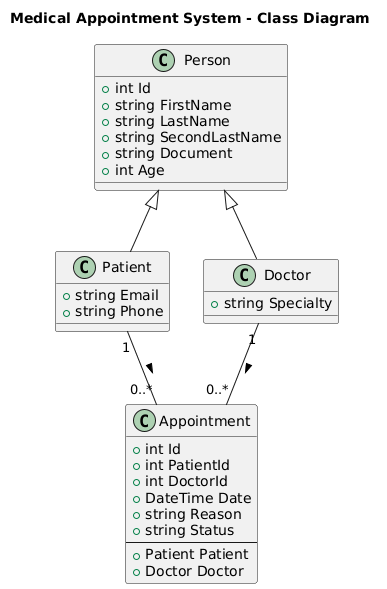
The PlantUML diagram RutaAvanzada/Prueba_De_Desempeño/PruebaRutaAvanzada/PruebaRutaAvanzada/Docs/UML_Diagrams/ClassDiagram.png in Moren0k/Riwi_Coder_workouts, before a commit.
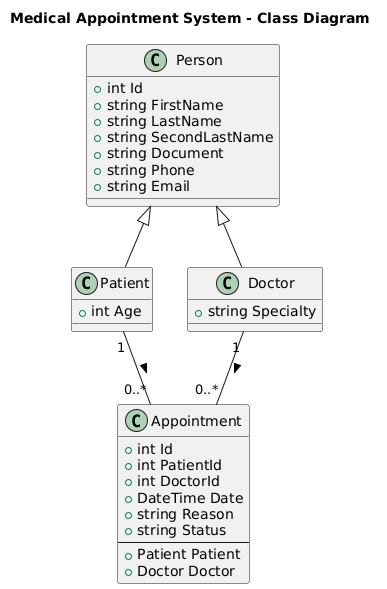
Later version of the same file.

The edit, as a diff of the source:
```diff
@@ -7,12 +7,12 @@
   + string LastName
   + string SecondLastName
   + string Document
-  + int Age
+  + string Phone
+  + string Email
 }
 
 class Patient {
-  + string Email
-  + string Phone
+  + int Age
 }
 
 class Doctor {
```
